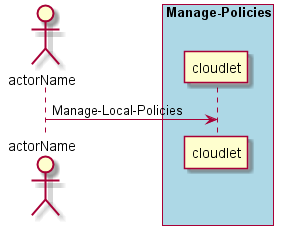
Before: docs/UseCases/Manage-Policies/Manage-Local-Policies.png, a diagram exported from PlantUML (CAADE/CloudLet).
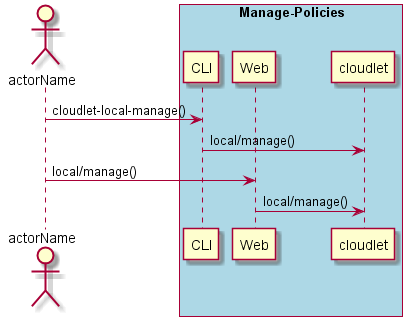
The same diagram one commit later.

What changed in the source:
```diff
@@ -2,8 +2,13 @@
 Actor "actorName" as A
 
 box "Manage-Policies" #lightblue
+participant CLI as CLI
+participant Web as Web
 participant "cloudlet" as S
-A -> S : Manage-Local-Policies
+A -> CLI : cloudlet-local-manage()
+CLI -> S : local/manage()
+A -> Web : local/manage()
+Web -> S : local/manage()
 end box
 
 @enduml
```
